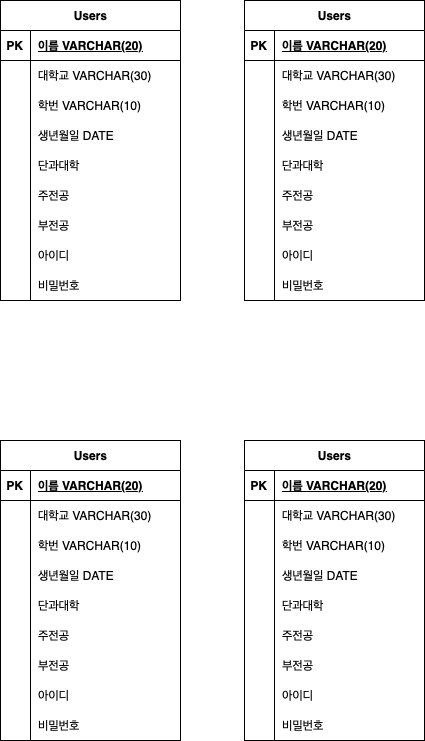
korea29/2024-01-CSC4004-03-Summer keeps this draw.io diagram as 전체 DB.drawio.png. Above is the earlier version. Source tidied: cells renumbered, new cells last; positions are measured from the earlier drawing's top-left corner, leaving out a move shared by most shapes.
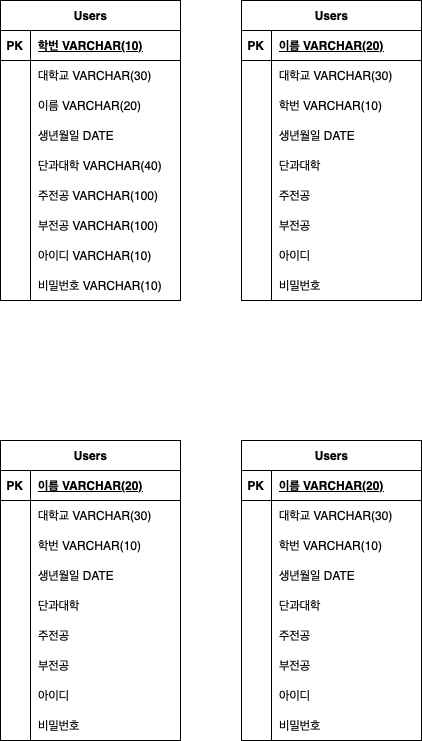
Above is the later version.

Commit message:
전체 DB.drawio.png 업데이트

Diff of the diagram source:
```diff
@@ -11,7 +11,7 @@
     <mxCell id="4" value="PK" style="shape=partialRectangle;fillColor=none;top=0;left=0;bottom=0;right=0;fontStyle=1;overflow=hidden;whiteSpace=wrap;html=1;" parent="3" vertex="1">
       <mxGeometry width="30" height="30" as="geometry" />
     </mxCell>
-    <mxCell id="5" value="이름 VARCHAR(20)" style="shape=partialRectangle;fillColor=none;top=0;left=0;bottom=0;right=0;align=left;spacingLeft=6;fontStyle=5;overflow=hidden;whiteSpace=wrap;html=1;" parent="3" vertex="1">
+    <mxCell id="5" value="학번 VARCHAR(10)" style="shape=partialRectangle;fillColor=none;top=0;left=0;bottom=0;right=0;align=left;spacingLeft=6;fontStyle=5;overflow=hidden;whiteSpace=wrap;html=1;" parent="3" vertex="1">
       <mxGeometry x="30" width="150" height="30" as="geometry" />
     </mxCell>
     <mxCell id="6" style="shape=tableRow;horizontal=0;startSize=0;swimlaneHead=0;swimlaneBody=0;fillColor=none;top=0;left=0;right=0;bottom=0;" parent="2" vertex="1">
@@ -29,7 +29,7 @@
     <mxCell id="10" style="shape=partialRectangle;fillColor=none;top=0;left=0;bottom=0;right=0;overflow=hidden;whiteSpace=wrap;html=1;" parent="9" vertex="1">
       <mxGeometry width="30" height="30" as="geometry" />
     </mxCell>
-    <mxCell id="11" value="학번 VARCHAR(10)" style="shape=partialRectangle;fillColor=none;top=0;left=0;bottom=0;right=0;align=left;spacingLeft=6;overflow=hidden;whiteSpace=wrap;html=1;" parent="9" vertex="1">
+    <mxCell id="11" value="이름 VARCHAR(20)" style="shape=partialRectangle;fillColor=none;top=0;left=0;bottom=0;right=0;align=left;spacingLeft=6;overflow=hidden;whiteSpace=wrap;html=1;" parent="9" vertex="1">
       <mxGeometry x="30" width="150" height="30" as="geometry" />
     </mxCell>
     <mxCell id="12" style="shape=tableRow;horizontal=0;startSize=0;swimlaneHead=0;swimlaneBody=0;fillColor=none;top=0;left=0;right=0;bottom=0;" parent="2" vertex="1">
@@ -47,7 +47,7 @@
     <mxCell id="16" style="shape=partialRectangle;fillColor=none;top=0;left=0;bottom=0;right=0;overflow=hidden;whiteSpace=wrap;html=1;" parent="15" vertex="1">
       <mxGeometry width="30" height="30" as="geometry" />
     </mxCell>
-    <mxCell id="17" value="단과대학&amp;nbsp;" style="shape=partialRectangle;fillColor=none;top=0;left=0;bottom=0;right=0;align=left;spacingLeft=6;overflow=hidden;whiteSpace=wrap;html=1;" parent="15" vertex="1">
+    <mxCell id="17" value="단과대학 VARCHAR(40)" style="shape=partialRectangle;fillColor=none;top=0;left=0;bottom=0;right=0;align=left;spacingLeft=6;overflow=hidden;whiteSpace=wrap;html=1;" parent="15" vertex="1">
       <mxGeometry x="30" width="150" height="30" as="geometry" />
     </mxCell>
     <mxCell id="18" style="shape=tableRow;horizontal=0;startSize=0;swimlaneHead=0;swimlaneBody=0;fillColor=none;top=0;left=0;right=0;bottom=0;" parent="2" vertex="1">
@@ -56,7 +56,7 @@
     <mxCell id="19" style="shape=partialRectangle;fillColor=none;top=0;left=0;bottom=0;right=0;overflow=hidden;whiteSpace=wrap;html=1;" parent="18" vertex="1">
       <mxGeometry width="30" height="30" as="geometry" />
     </mxCell>
-    <mxCell id="20" value="주전공" style="shape=partialRectangle;fillColor=none;top=0;left=0;bottom=0;right=0;align=left;spacingLeft=6;overflow=hidden;whiteSpace=wrap;html=1;" parent="18" vertex="1">
+    <mxCell id="20" value="주전공 VARCHAR(100)" style="shape=partialRectangle;fillColor=none;top=0;left=0;bottom=0;right=0;align=left;spacingLeft=6;overflow=hidden;whiteSpace=wrap;html=1;" parent="18" vertex="1">
       <mxGeometry x="30" width="150" height="30" as="geometry" />
     </mxCell>
     <mxCell id="21" style="shape=tableRow;horizontal=0;startSize=0;swimlaneHead=0;swimlaneBody=0;fillColor=none;top=0;left=0;right=0;bottom=0;" parent="2" vertex="1">
@@ -65,7 +65,7 @@
     <mxCell id="22" style="shape=partialRectangle;fillColor=none;top=0;left=0;bottom=0;right=0;overflow=hidden;whiteSpace=wrap;html=1;" parent="21" vertex="1">
       <mxGeometry width="30" height="30" as="geometry" />
     </mxCell>
-    <mxCell id="23" value="부전공" style="shape=partialRectangle;fillColor=none;top=0;left=0;bottom=0;right=0;align=left;spacingLeft=6;overflow=hidden;whiteSpace=wrap;html=1;" parent="21" vertex="1">
+    <mxCell id="23" value="부전공 VARCHAR(100)" style="shape=partialRectangle;fillColor=none;top=0;left=0;bottom=0;right=0;align=left;spacingLeft=6;overflow=hidden;whiteSpace=wrap;html=1;" parent="21" vertex="1">
       <mxGeometry x="30" width="150" height="30" as="geometry" />
     </mxCell>
     <mxCell id="24" style="shape=tableRow;horizontal=0;startSize=0;swimlaneHead=0;swimlaneBody=0;fillColor=none;top=0;left=0;right=0;bottom=0;" parent="2" vertex="1">
@@ -74,7 +74,7 @@
     <mxCell id="25" style="shape=partialRectangle;fillColor=none;top=0;left=0;bottom=0;right=0;overflow=hidden;whiteSpace=wrap;html=1;" parent="24" vertex="1">
       <mxGeometry width="30" height="30" as="geometry" />
     </mxCell>
-    <mxCell id="26" value="아이디" style="shape=partialRectangle;fillColor=none;top=0;left=0;bottom=0;right=0;align=left;spacingLeft=6;overflow=hidden;whiteSpace=wrap;html=1;" parent="24" vertex="1">
+    <mxCell id="26" value="아이디 VARCHAR(10)" style="shape=partialRectangle;fillColor=none;top=0;left=0;bottom=0;right=0;align=left;spacingLeft=6;overflow=hidden;whiteSpace=wrap;html=1;" parent="24" vertex="1">
       <mxGeometry x="30" width="150" height="30" as="geometry" />
     </mxCell>
     <mxCell id="27" style="shape=tableRow;horizontal=0;startSize=0;swimlaneHead=0;swimlaneBody=0;fillColor=none;top=0;left=0;right=0;bottom=0;" parent="2" vertex="1">
@@ -83,11 +83,11 @@
     <mxCell id="28" style="shape=partialRectangle;fillColor=none;top=0;left=0;bottom=0;right=0;overflow=hidden;whiteSpace=wrap;html=1;" parent="27" vertex="1">
       <mxGeometry width="30" height="30" as="geometry" />
     </mxCell>
-    <mxCell id="29" value="비밀번호" style="shape=partialRectangle;fillColor=none;top=0;left=0;bottom=0;right=0;align=left;spacingLeft=6;overflow=hidden;whiteSpace=wrap;html=1;" parent="27" vertex="1">
+    <mxCell id="29" value="비밀번호 VARCHAR(10)" style="shape=partialRectangle;fillColor=none;top=0;left=0;bottom=0;right=0;align=left;spacingLeft=6;overflow=hidden;whiteSpace=wrap;html=1;" parent="27" vertex="1">
       <mxGeometry x="30" width="150" height="30" as="geometry" />
     </mxCell>
     <mxCell id="30" value="Users" style="shape=table;startSize=30;rowLines=0;fontStyle=1;align=center;html=1;" parent="1" vertex="1">
-      <mxGeometry x="244" width="180" height="300" as="geometry" />
+      <mxGeometry x="241" width="180" height="300" as="geometry" />
     </mxCell>
     <mxCell id="31" style="shape=tableRow;horizontal=0;startSize=0;swimlaneHead=0;swimlaneBody=0;fillColor=none;top=0;left=0;right=0;bottom=1;" parent="30" vertex="1">
       <mxGeometry y="30" width="180" height="30" as="geometry" />
@@ -255,7 +255,7 @@
       <mxGeometry x="30" width="150" height="30" as="geometry" />
     </mxCell>
     <mxCell id="86" value="Users" style="shape=table;startSize=30;rowLines=0;fontStyle=1;align=center;html=1;" parent="1" vertex="1">
-      <mxGeometry x="244" y="440" width="180" height="300" as="geometry" />
+      <mxGeometry x="241" y="440" width="180" height="300" as="geometry" />
     </mxCell>
     <mxCell id="87" style="shape=tableRow;horizontal=0;startSize=0;swimlaneHead=0;swimlaneBody=0;fillColor=none;top=0;left=0;right=0;bottom=1;" parent="86" vertex="1">
       <mxGeometry y="30" width="180" height="30" as="geometry" />
```
